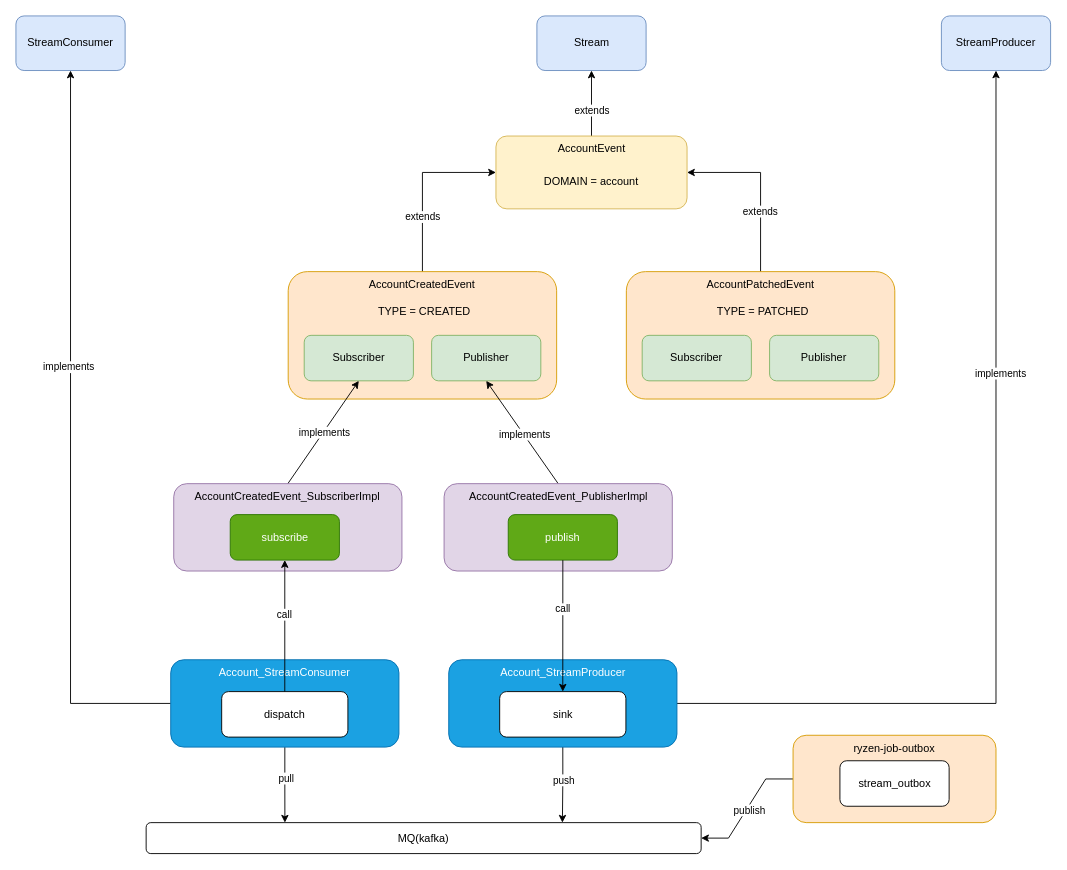
Before: docs/stream.drawio in evan-qianjh/ryzen, a draw.io diagram. Source tidied: cells renumbered, new cells numbered last; positions are measured from the earlier drawing's top-left corner, leaving out a move shared by most shapes. Both pictures are drawn from the tidied source at 91%, with x=0, y=0 at pixel (15, 15).
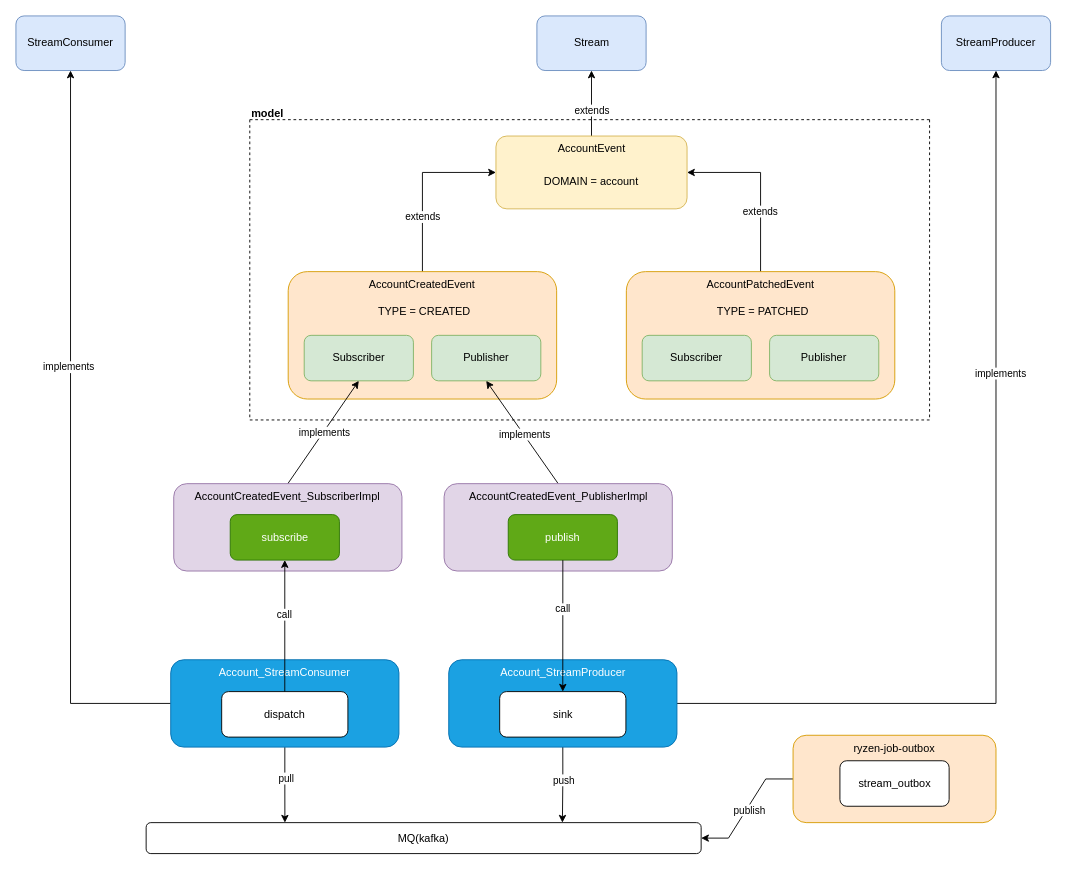
The same page after the edit.

The edit, as a diff of the source:
```diff
@@
+    <mxCell id="52" value="model&#10;" style="swimlane;startSize=0;dashed=1;align=left;" parent="1" vertex="1">
+      <mxGeometry x="257" y="114" width="747" height="330" as="geometry" />
+    </mxCell>
```
